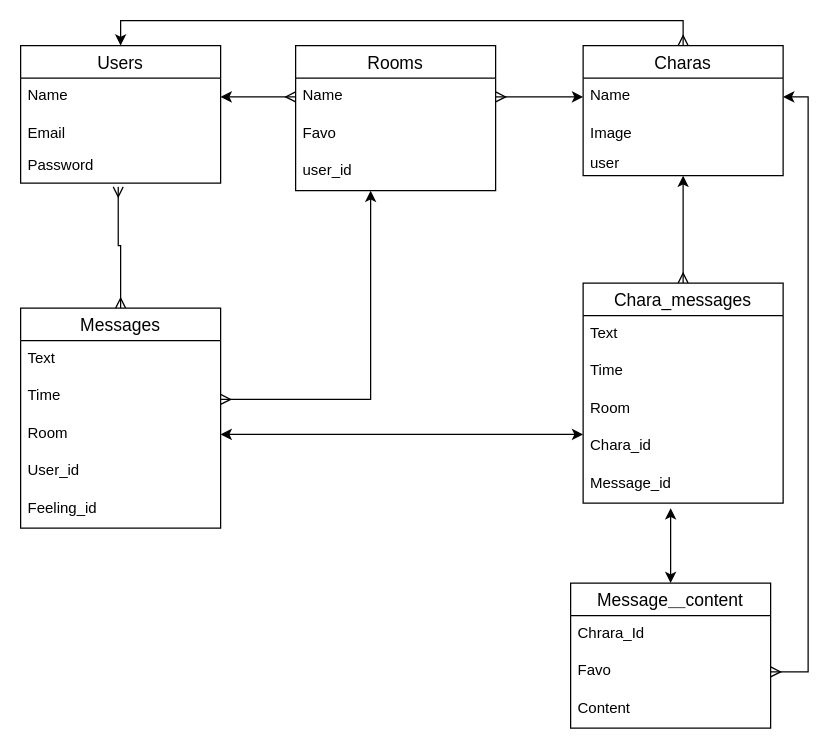
The draw.io diagram er.dio in deratokati88/chat-i, before the edit. Source tidied: cells renumbered, new cells numbered last; positions are measured from the earlier drawing's top-left corner, leaving out a move shared by most shapes. Both pictures are drawn from the tidied source at 125%, with x=0, y=0 at pixel (20, 20).
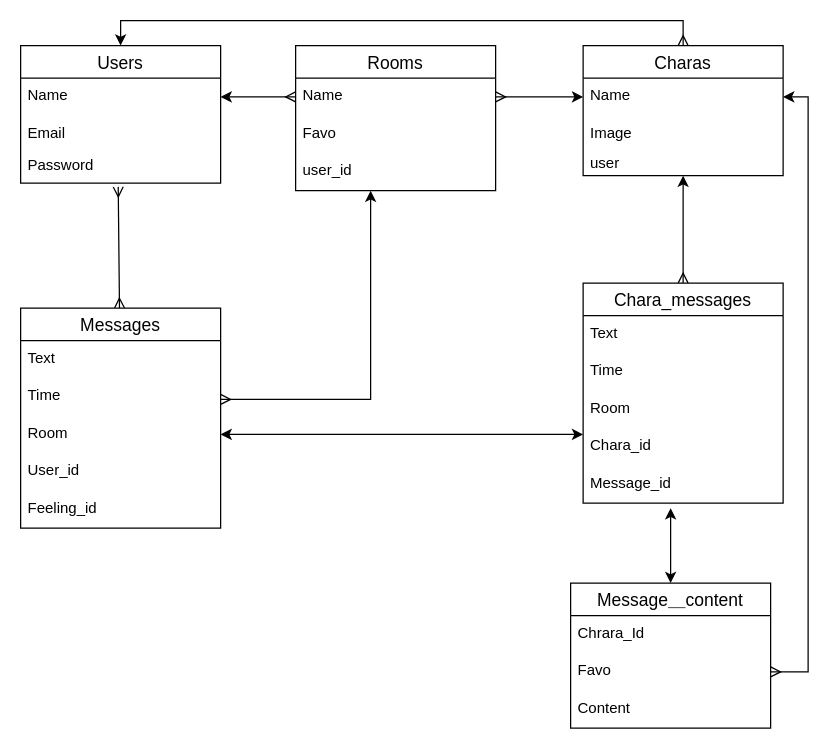
The same page after the edit.

Unchanged cells that the change refers to:
```xml
<mxCell id="6" value="Password" style="text;strokeColor=none;fillColor=none;spacingLeft=4;spacingRight=4;overflow=hidden;points=[[0,0.5],[1,0.5]];portConstraint=eastwest;fontSize=12;" parent="3" vertex="1">
  <mxGeometry y="82" width="160" height="28" as="geometry" />
</mxCell>
<mxCell id="18" value="Messages" style="swimlane;fontStyle=0;horizontal=1;startSize=26;align=center;fontSize=14;" parent="1" vertex="1">
  <mxGeometry y="230" width="160" height="176" as="geometry" />
</mxCell>
```

Diff of the diagram source:
```diff
@@
-    <mxCell id="16" style="edgeStyle=orthogonalEdgeStyle;rounded=0;jettySize=auto;html=1;endArrow=ERmany;endFill=0;startArrow=ERmany;startFill=0;entryX=0.488;entryY=1.107;entryDx=0;entryDy=0;entryPerimeter=0;" parent="1" edge="1" source="18" target="6">
-      <mxGeometry relative="1" as="geometry">
-        <Array as="points">
-          <mxPoint x="80" y="180" />
-          <mxPoint x="78" y="180" />
-        </Array>
-      </mxGeometry>
+    <mxCell id="16" style="rounded=0;jettySize=auto;html=1;endArrow=ERmany;endFill=0;startArrow=ERmany;startFill=0;entryX=0.488;entryY=1.107;entryDx=0;entryDy=0;entryPerimeter=0;" parent="1" edge="1" source="18" target="6">
+      <mxGeometry relative="1" as="geometry" />
     </mxCell>
```
